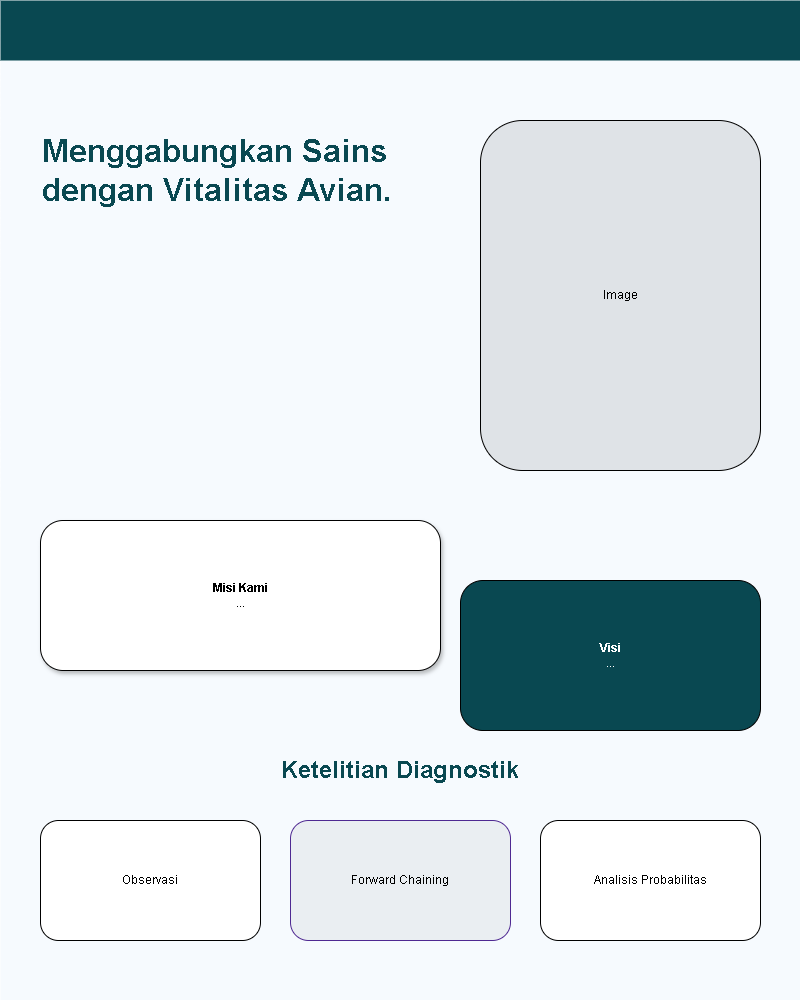
Jinsky/Jinsky keeps this draw.io diagram as diagram/desain/tentang.png. Above is the earlier version. Source tidied: cells renumbered, new cells last; positions are measured from the earlier drawing's top-left corner, leaving out a move shared by most shapes. The source it was exported from:
```xml
<mxGraphModel>
  <root>
    <mxCell id="0" />
    <mxCell id="1" parent="0" />
    <mxCell id="2" style="rounded=0;whiteSpace=wrap;html=1;fillColor=#f6fafe;strokeColor=none;" parent="1" vertex="1">
      <mxGeometry width="800" height="1000" as="geometry" />
    </mxCell>
    <mxCell id="3" style="rounded=0;whiteSpace=wrap;html=1;fillColor=#094851;strokeColor=none;" parent="1" vertex="1">
      <mxGeometry width="800" height="60" as="geometry" />
    </mxCell>
    <mxCell id="4" value="&lt;b&gt;Menggabungkan Sains dengan Vitalitas Avian.&lt;/b&gt;" style="text;html=1;strokeColor=none;fillColor=none;align=left;verticalAlign=middle;whiteSpace=wrap;rounded=0;fontSize=32;fontColor=#094851;" parent="1" vertex="1">
      <mxGeometry x="40" y="120" width="400" height="100" as="geometry" />
    </mxCell>
    <mxCell id="5" value="Image" style="rounded=0;whiteSpace=wrap;html=1;fillColor=#dfe3e7;rounded=1;" parent="1" vertex="1">
      <mxGeometry x="480" y="120" width="280" height="350" as="geometry" />
    </mxCell>
    <mxCell id="6" value="&lt;b&gt;Misi Kami&lt;/b&gt;&lt;br/&gt;..." style="rounded=0;whiteSpace=wrap;html=1;fillColor=#ffffff;rounded=1;shadow=1;" parent="1" vertex="1">
      <mxGeometry x="40" y="520" width="400" height="150" as="geometry" />
    </mxCell>
    <mxCell id="7" value="&lt;b&gt;Visi&lt;/b&gt;&lt;br/&gt;..." style="rounded=0;whiteSpace=wrap;html=1;fillColor=#094851;fontColor=#ffffff;rounded=1;" parent="1" vertex="1">
      <mxGeometry x="460" y="580" width="300" height="150" as="geometry" />
    </mxCell>
    <mxCell id="8" value="&lt;b&gt;Ketelitian Diagnostik&lt;/b&gt;" style="text;html=1;strokeColor=none;fillColor=none;align=left;verticalAlign=middle;whiteSpace=wrap;rounded=0;align=center;fontSize=24;fontColor=#094851;" parent="1" vertex="1">
      <mxGeometry y="750" width="800" height="40" as="geometry" />
    </mxCell>
    <mxCell id="9" value="Observasi" style="rounded=0;whiteSpace=wrap;html=1;fillColor=#ffffff;rounded=1;" parent="1" vertex="1">
      <mxGeometry x="40" y="820" width="220" height="120" as="geometry" />
    </mxCell>
    <mxCell id="10" value="Forward Chaining" style="rounded=0;whiteSpace=wrap;html=1;fillColor=#eaeef2;rounded=1;borderLeft=4;strokeColor=#4f2992;" parent="1" vertex="1">
      <mxGeometry x="290" y="820" width="220" height="120" as="geometry" />
    </mxCell>
    <mxCell id="11" value="Analisis Probabilitas" style="rounded=0;whiteSpace=wrap;html=1;fillColor=#ffffff;rounded=1;" parent="1" vertex="1">
      <mxGeometry x="540" y="820" width="220" height="120" as="geometry" />
    </mxCell>
  </root>
</mxGraphModel>
```
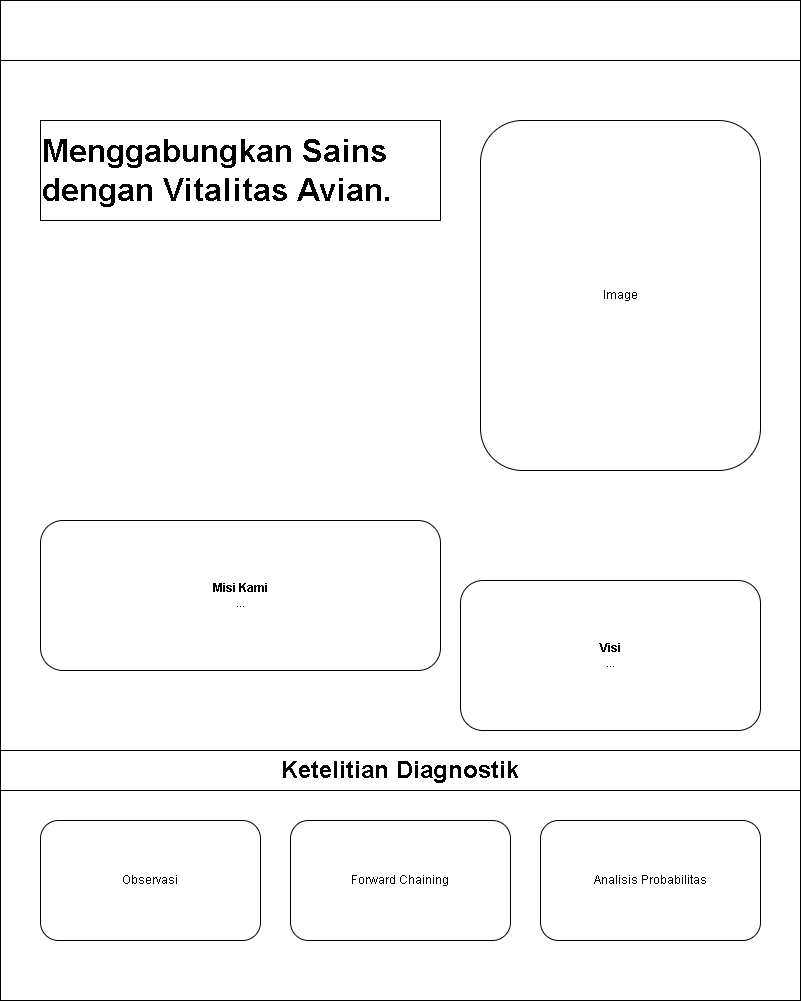
Later version of the same file.

Change to the diagram source:
```diff
@@ -2,34 +2,34 @@
   <root>
     <mxCell id="0" />
     <mxCell id="1" parent="0" />
-    <mxCell id="2" style="rounded=0;whiteSpace=wrap;html=1;fillColor=#f6fafe;strokeColor=none;" parent="1" vertex="1">
+    <mxCell id="2" style="rounded=0;whiteSpace=wrap;html=1;fillColor=#ffffff;strokeColor=#000000;fontColor=#000000;" parent="1" vertex="1">
       <mxGeometry width="800" height="1000" as="geometry" />
     </mxCell>
-    <mxCell id="3" style="rounded=0;whiteSpace=wrap;html=1;fillColor=#094851;strokeColor=none;" parent="1" vertex="1">
+    <mxCell id="3" style="rounded=0;whiteSpace=wrap;html=1;fillColor=#ffffff;strokeColor=#000000;fontColor=#000000;" parent="1" vertex="1">
       <mxGeometry width="800" height="60" as="geometry" />
     </mxCell>
-    <mxCell id="4" value="&lt;b&gt;Menggabungkan Sains dengan Vitalitas Avian.&lt;/b&gt;" style="text;html=1;strokeColor=none;fillColor=none;align=left;verticalAlign=middle;whiteSpace=wrap;rounded=0;fontSize=32;fontColor=#094851;" parent="1" vertex="1">
+    <mxCell id="4" value="&lt;b&gt;Menggabungkan Sains dengan Vitalitas Avian.&lt;/b&gt;" style="text;html=1;strokeColor=#000000;fillColor=none;align=left;verticalAlign=middle;whiteSpace=wrap;rounded=0;fontSize=32;fontColor=#000000;" parent="1" vertex="1">
       <mxGeometry x="40" y="120" width="400" height="100" as="geometry" />
     </mxCell>
-    <mxCell id="5" value="Image" style="rounded=0;whiteSpace=wrap;html=1;fillColor=#dfe3e7;rounded=1;" parent="1" vertex="1">
+    <mxCell id="5" value="Image" style="rounded=1;whiteSpace=wrap;html=1;fillColor=#ffffff;strokeColor=#000000;fontColor=#000000;" parent="1" vertex="1">
       <mxGeometry x="480" y="120" width="280" height="350" as="geometry" />
     </mxCell>
-    <mxCell id="6" value="&lt;b&gt;Misi Kami&lt;/b&gt;&lt;br/&gt;..." style="rounded=0;whiteSpace=wrap;html=1;fillColor=#ffffff;rounded=1;shadow=1;" parent="1" vertex="1">
+    <mxCell id="6" value="&lt;b&gt;Misi Kami&lt;/b&gt;&lt;br/&gt;..." style="rounded=1;whiteSpace=wrap;html=1;fillColor=#ffffff;strokeColor=#000000;fontColor=#000000;" parent="1" vertex="1">
       <mxGeometry x="40" y="520" width="400" height="150" as="geometry" />
     </mxCell>
-    <mxCell id="7" value="&lt;b&gt;Visi&lt;/b&gt;&lt;br/&gt;..." style="rounded=0;whiteSpace=wrap;html=1;fillColor=#094851;fontColor=#ffffff;rounded=1;" parent="1" vertex="1">
+    <mxCell id="7" value="&lt;b&gt;Visi&lt;/b&gt;&lt;br/&gt;..." style="rounded=1;whiteSpace=wrap;html=1;fillColor=#ffffff;fontColor=#000000;strokeColor=#000000;" parent="1" vertex="1">
       <mxGeometry x="460" y="580" width="300" height="150" as="geometry" />
     </mxCell>
-    <mxCell id="8" value="&lt;b&gt;Ketelitian Diagnostik&lt;/b&gt;" style="text;html=1;strokeColor=none;fillColor=none;align=left;verticalAlign=middle;whiteSpace=wrap;rounded=0;align=center;fontSize=24;fontColor=#094851;" parent="1" vertex="1">
+    <mxCell id="8" value="&lt;b&gt;Ketelitian Diagnostik&lt;/b&gt;" style="text;html=1;strokeColor=#000000;fillColor=none;align=center;verticalAlign=middle;whiteSpace=wrap;rounded=0;fontSize=24;fontColor=#000000;" parent="1" vertex="1">
       <mxGeometry y="750" width="800" height="40" as="geometry" />
     </mxCell>
-    <mxCell id="9" value="Observasi" style="rounded=0;whiteSpace=wrap;html=1;fillColor=#ffffff;rounded=1;" parent="1" vertex="1">
+    <mxCell id="9" value="Observasi" style="rounded=1;whiteSpace=wrap;html=1;fillColor=#ffffff;strokeColor=#000000;fontColor=#000000;" parent="1" vertex="1">
       <mxGeometry x="40" y="820" width="220" height="120" as="geometry" />
     </mxCell>
-    <mxCell id="10" value="Forward Chaining" style="rounded=0;whiteSpace=wrap;html=1;fillColor=#eaeef2;rounded=1;borderLeft=4;strokeColor=#4f2992;" parent="1" vertex="1">
+    <mxCell id="10" value="Forward Chaining" style="rounded=1;whiteSpace=wrap;html=1;fillColor=#ffffff;borderLeft=4;strokeColor=#000000;fontColor=#000000;" parent="1" vertex="1">
       <mxGeometry x="290" y="820" width="220" height="120" as="geometry" />
     </mxCell>
-    <mxCell id="11" value="Analisis Probabilitas" style="rounded=0;whiteSpace=wrap;html=1;fillColor=#ffffff;rounded=1;" parent="1" vertex="1">
+    <mxCell id="11" value="Analisis Probabilitas" style="rounded=1;whiteSpace=wrap;html=1;fillColor=#ffffff;strokeColor=#000000;fontColor=#000000;" parent="1" vertex="1">
       <mxGeometry x="540" y="820" width="220" height="120" as="geometry" />
     </mxCell>
   </root>
```
